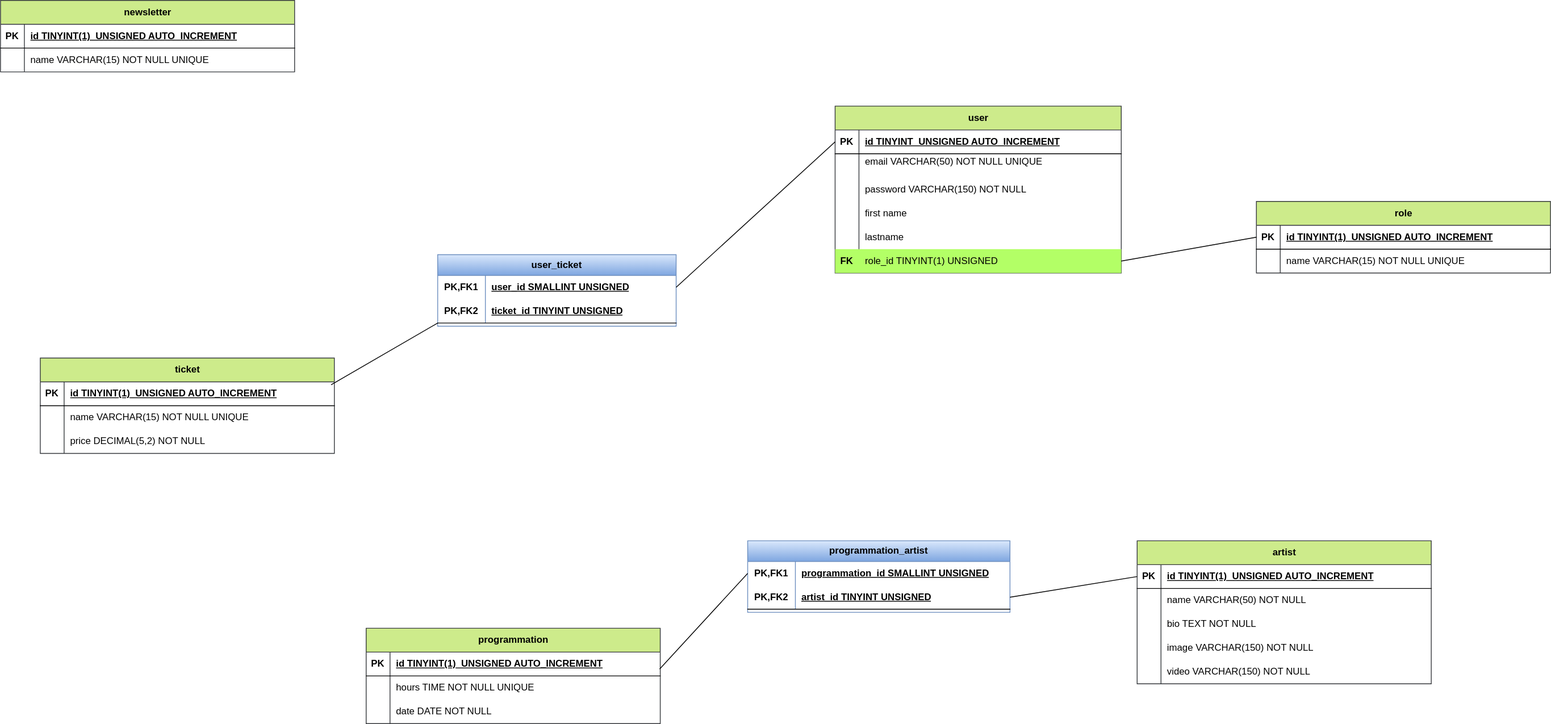
The draw.io diagram code/merise/MPD.drawio.svg in Lincheml94/brief_festival, before a commit. Source tidied: cells renumbered, new cells last; positions are measured from the earlier drawing's top-left corner, leaving out a move shared by most shapes.
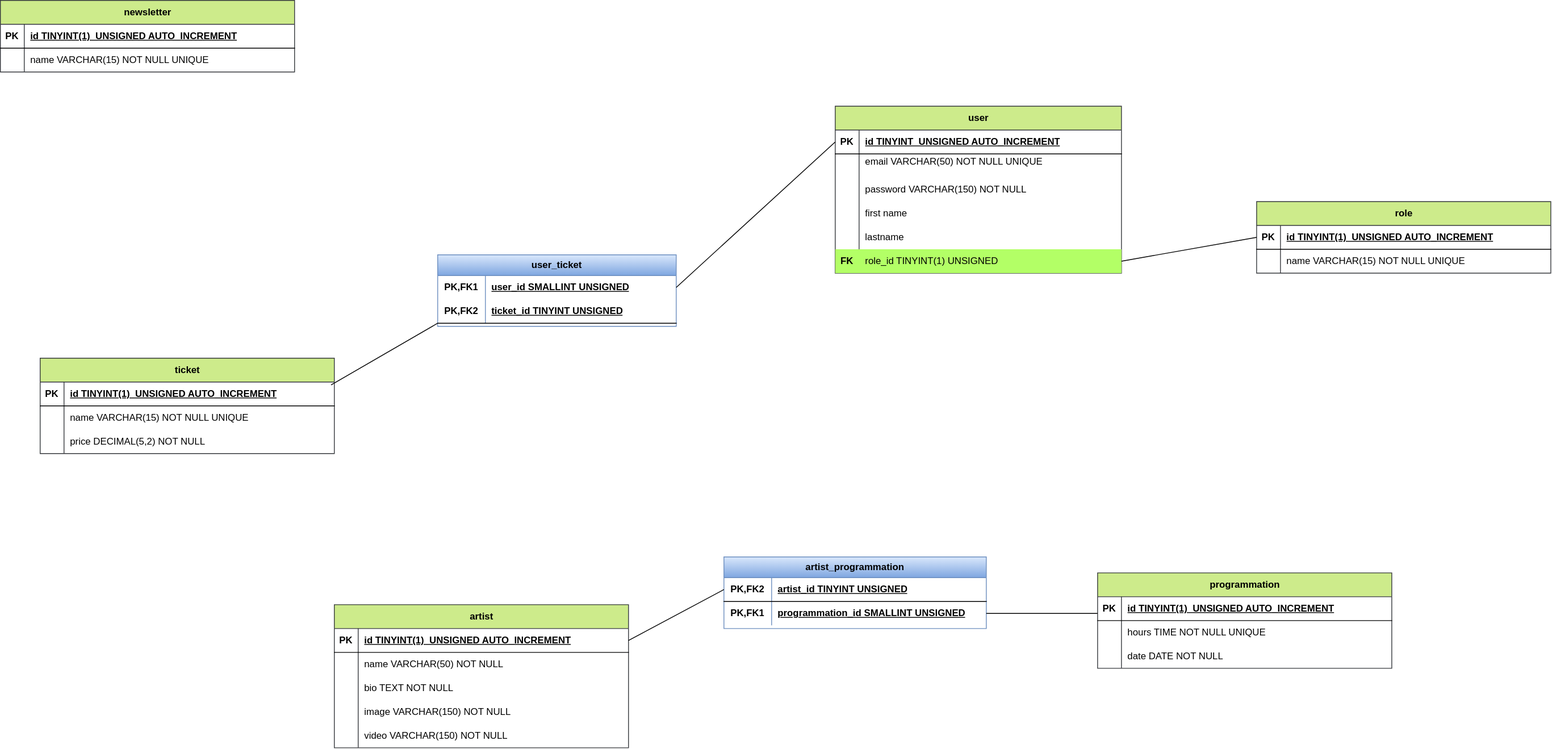
Above is the later version.

Diff of the diagram source:
```diff
@@ -141,7 +141,7 @@
       <mxGeometry relative="1" as="geometry" />
     </mxCell>
     <mxCell id="48" value="programmation" style="shape=table;startSize=30;rowLines=0;fontStyle=1;align=center;html=1;fillColor=#cdeb8b;strokeColor=#36393d;" parent="1" vertex="1">
-      <mxGeometry x="460" y="790" width="370" height="120" as="geometry" />
+      <mxGeometry x="1380" y="720" width="370" height="120" as="geometry" />
     </mxCell>
     <mxCell id="49" style="shape=tableRow;horizontal=0;startSize=0;swimlaneHead=0;swimlaneBody=0;fillColor=none;points=[[0,0.5],[1,0.5]];portConstraint=eastwest;top=0;left=0;right=0;bottom=1;" parent="48" vertex="1">
       <mxGeometry y="30" width="370" height="30" as="geometry" />
@@ -171,7 +171,7 @@
       <mxGeometry x="30" width="340" height="30" as="geometry" />
     </mxCell>
     <mxCell id="58" value="artist" style="shape=table;startSize=30;rowLines=0;fontStyle=1;align=center;html=1;fillColor=#cdeb8b;strokeColor=#36393d;" parent="1" vertex="1">
-      <mxGeometry x="1430" y="680" width="370" height="180" as="geometry" />
+      <mxGeometry x="420" y="760" width="370" height="180" as="geometry" />
     </mxCell>
     <mxCell id="59" style="shape=tableRow;horizontal=0;startSize=0;swimlaneHead=0;swimlaneBody=0;fillColor=none;points=[[0,0.5],[1,0.5]];portConstraint=eastwest;top=0;left=0;right=0;bottom=1;" parent="58" vertex="1">
       <mxGeometry y="30" width="370" height="30" as="geometry" />
@@ -218,11 +218,20 @@
     <mxCell id="73" value="&lt;span style=&quot;color: rgb(0, 0, 0);&quot;&gt;video VARCHAR(150) NOT NULL&lt;/span&gt;" style="shape=partialRectangle;fillColor=none;top=0;left=0;bottom=0;right=0;align=left;spacingLeft=6;overflow=hidden;whiteSpace=wrap;html=1;" parent="71" vertex="1">
       <mxGeometry x="30" width="340" height="30" as="geometry" />
     </mxCell>
-    <mxCell id="74" value="programmation_artist" style="shape=table;startSize=26;rowLines=0;fontStyle=1;align=center;html=1;whiteSpace=wrap;fillColor=#dae8fc;gradientColor=#7ea6e0;strokeColor=#6c8ebf;" parent="1" vertex="1">
-      <mxGeometry x="940" y="680" width="330" height="90" as="geometry" />
+    <mxCell id="74" value="artist_programmation" style="shape=table;startSize=26;rowLines=0;fontStyle=1;align=center;html=1;whiteSpace=wrap;fillColor=#dae8fc;gradientColor=#7ea6e0;strokeColor=#6c8ebf;" parent="1" vertex="1">
+      <mxGeometry x="910" y="700" width="330" height="90" as="geometry" />
     </mxCell>
+    <mxCell id="78" style="shape=tableRow;horizontal=0;startSize=0;swimlaneHead=0;swimlaneBody=0;fillColor=none;points=[[0,0.5],[1,0.5]];portConstraint=eastwest;top=0;left=0;right=0;bottom=1;html=1;" parent="74" vertex="1">
+      <mxGeometry y="26" width="330" height="30" as="geometry" />
+    </mxCell>
+    <mxCell id="79" value="PK,FK2" style="shape=partialRectangle;fillColor=none;top=0;left=0;bottom=0;right=0;fontStyle=1;overflow=hidden;html=1;whiteSpace=wrap;" parent="78" vertex="1">
+      <mxGeometry width="60" height="30" as="geometry" />
+    </mxCell>
+    <mxCell id="80" value="artist_id TINYINT UNSIGNED" style="shape=partialRectangle;fillColor=none;top=0;left=0;bottom=0;right=0;align=left;spacingLeft=6;fontStyle=5;overflow=hidden;html=1;whiteSpace=wrap;" parent="78" vertex="1">
+      <mxGeometry x="60" width="270" height="30" as="geometry" />
+    </mxCell>
     <mxCell id="75" style="shape=tableRow;horizontal=0;startSize=0;swimlaneHead=0;swimlaneBody=0;fillColor=none;points=[[0,0.5],[1,0.5]];portConstraint=eastwest;top=0;left=0;right=0;bottom=0;html=1;" parent="74" vertex="1">
-      <mxGeometry y="26" width="330" height="30" as="geometry" />
+      <mxGeometry y="56" width="330" height="30" as="geometry" />
     </mxCell>
     <mxCell id="76" value="PK,FK1" style="shape=partialRectangle;fillColor=none;top=0;left=0;bottom=0;right=0;fontStyle=1;overflow=hidden;html=1;whiteSpace=wrap;" parent="75" vertex="1">
       <mxGeometry width="60" height="30" as="geometry" />
@@ -230,20 +239,13 @@
     <mxCell id="77" value="programmation_id SMALLINT UNSIGNED" style="shape=partialRectangle;fillColor=none;top=0;left=0;bottom=0;right=0;align=left;spacingLeft=6;fontStyle=5;overflow=hidden;html=1;whiteSpace=wrap;" parent="75" vertex="1">
       <mxGeometry x="60" width="270" height="30" as="geometry" />
     </mxCell>
-    <mxCell id="78" style="shape=tableRow;horizontal=0;startSize=0;swimlaneHead=0;swimlaneBody=0;fillColor=none;points=[[0,0.5],[1,0.5]];portConstraint=eastwest;top=0;left=0;right=0;bottom=1;html=1;" parent="74" vertex="1">
-      <mxGeometry y="56" width="330" height="30" as="geometry" />
-    </mxCell>
-    <mxCell id="79" value="PK,FK2" style="shape=partialRectangle;fillColor=none;top=0;left=0;bottom=0;right=0;fontStyle=1;overflow=hidden;html=1;whiteSpace=wrap;" parent="78" vertex="1">
-      <mxGeometry width="60" height="30" as="geometry" />
-    </mxCell>
-    <mxCell id="80" value="artist_id TINYINT UNSIGNED" style="shape=partialRectangle;fillColor=none;top=0;left=0;bottom=0;right=0;align=left;spacingLeft=6;fontStyle=5;overflow=hidden;html=1;whiteSpace=wrap;" parent="78" vertex="1">
-      <mxGeometry x="60" width="270" height="30" as="geometry" />
-    </mxCell>
-    <mxCell id="81" style="endArrow=none;html=1;entryX=0;entryY=0.5;entryDx=0;entryDy=0;exitX=1;exitY=0.5;exitDx=0;exitDy=0;" parent="1" edge="1" source="78" target="59">
+    <mxCell id="81" style="endArrow=none;html=1;entryX=1;entryY=0.5;entryDx=0;entryDy=0;exitX=0;exitY=0.5;exitDx=0;exitDy=0;" parent="1" edge="1" source="78" target="59">
       <mxGeometry relative="1" as="geometry" />
     </mxCell>
-    <mxCell id="82" style="endArrow=none;html=1;entryX=0;entryY=0.5;entryDx=0;entryDy=0;exitX=0.998;exitY=0.711;exitDx=0;exitDy=0;exitPerimeter=0;" parent="1" edge="1" source="49" target="75">
-      <mxGeometry relative="1" as="geometry" />
+    <mxCell id="82" style="endArrow=none;html=1;entryX=1;entryY=0.5;entryDx=0;entryDy=0;" parent="1" edge="1" target="75">
+      <mxGeometry relative="1" as="geometry">
+        <mxPoint x="1380" y="771" as="sourcePoint" />
+      </mxGeometry>
     </mxCell>
     <mxCell id="83" value="newsletter" style="shape=table;startSize=30;rowLines=0;fontStyle=1;align=center;html=1;fillColor=#cdeb8b;strokeColor=#36393d;" parent="1" vertex="1">
       <mxGeometry width="370" height="90" as="geometry" />
```
